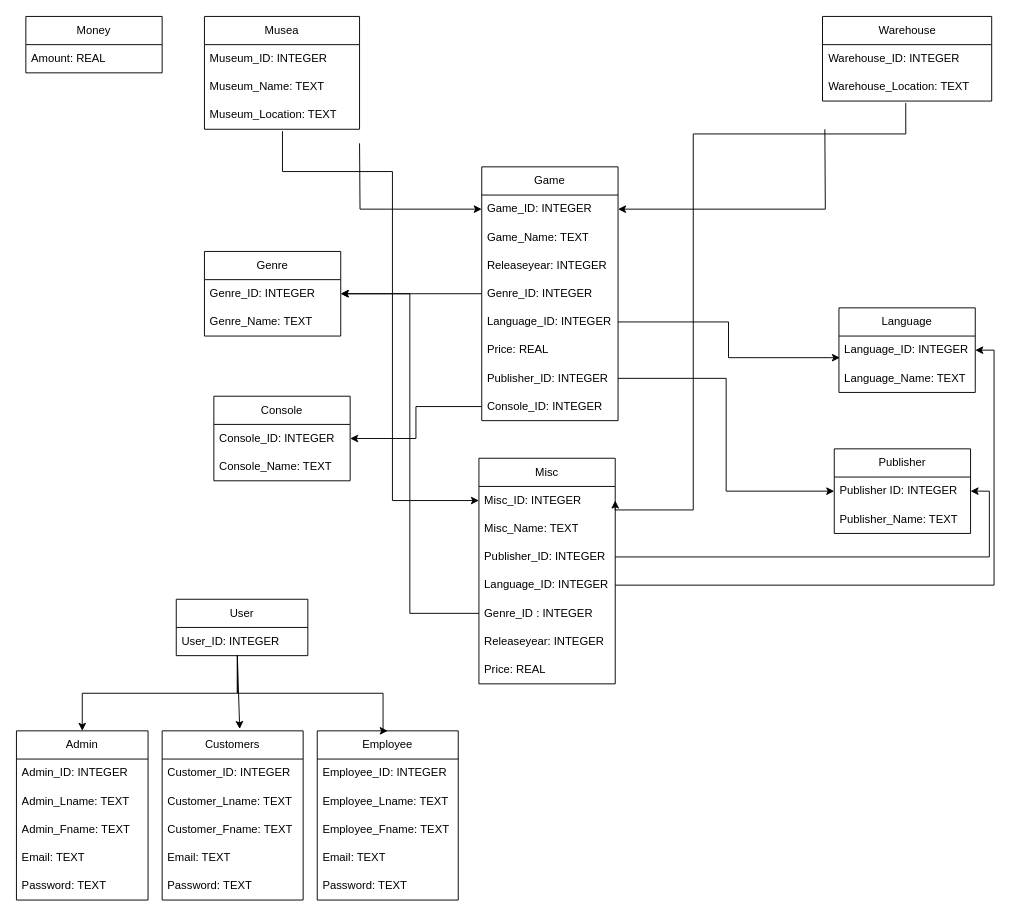
The draw.io diagram DDL.drawio in goblin-3/Project_Databases_GIel_Meyers, before the edit. Source tidied: cells renumbered, new cells numbered last; positions are measured from the earlier drawing's top-left corner, leaving out a move shared by most shapes. Both pictures are drawn from the tidied source at 94%, with x=0, y=0 at pixel (16, 16).
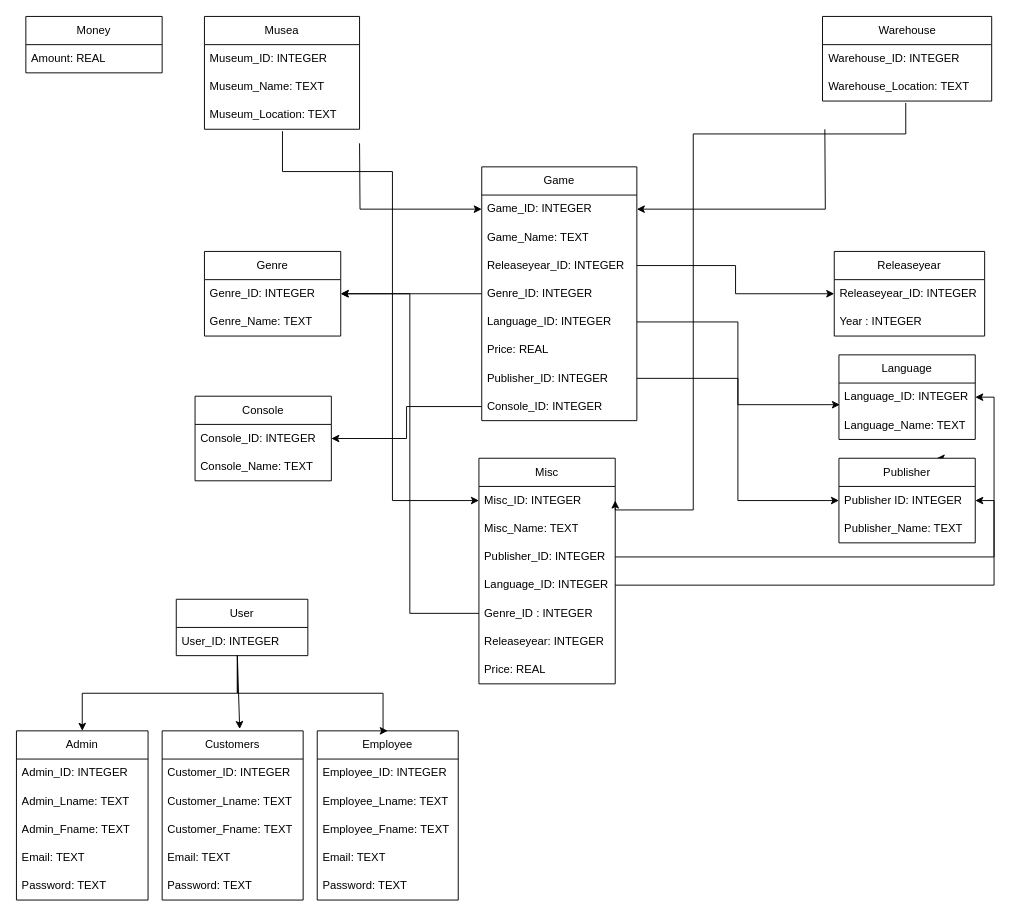
Above is the later version.

The edit, as a diff of the source:
```diff
@@
     <mxCell id="2" value="Game" style="swimlane;fontStyle=0;horizontal=1;startSize=30;whiteSpace=wrap;html=1;" parent="1" vertex="1">
-      <mxGeometry x="495" y="160" width="145" height="270" as="geometry" />
+      <mxGeometry x="495" y="160" width="165" height="270" as="geometry" />
     </mxCell>
     <mxCell id="3" value="Game_ID: INTEGER" style="text;strokeColor=none;fillColor=none;align=left;verticalAlign=middle;spacingLeft=4;spacingRight=4;overflow=hidden;points=[[0,0.5],[1,0.5]];portConstraint=eastwest;whiteSpace=wrap;html=1;" parent="2" vertex="1">
-      <mxGeometry y="30" width="145" height="30" as="geometry" />
+      <mxGeometry y="30" width="165" height="30" as="geometry" />
     </mxCell>
     <mxCell id="4" value="Game_Name: TEXT" style="text;strokeColor=none;fillColor=none;align=left;verticalAlign=middle;spacingLeft=4;spacingRight=4;overflow=hidden;whiteSpace=wrap;html=1;" parent="2" vertex="1">
-      <mxGeometry y="60" width="145" height="30" as="geometry" />
+      <mxGeometry y="60" width="165" height="30" as="geometry" />
     </mxCell>
-    <mxCell id="5" value="Releaseyear: INTEGER" style="text;strokeColor=none;fillColor=none;align=left;verticalAlign=middle;spacingLeft=4;spacingRight=4;overflow=hidden;points=[[0,0.5],[1,0.5]];portConstraint=eastwest;whiteSpace=wrap;html=1;" parent="2" vertex="1">
-      <mxGeometry y="90" width="145" height="30" as="geometry" />
+    <mxCell id="5" value="Releaseyear_ID: INTEGER" style="text;strokeColor=none;fillColor=none;align=left;verticalAlign=middle;spacingLeft=4;spacingRight=4;overflow=hidden;points=[[0,0.5],[1,0.5]];portConstraint=eastwest;whiteSpace=wrap;html=1;" parent="2" vertex="1">
+      <mxGeometry y="90" width="165" height="30" as="geometry" />
     </mxCell>
     <mxCell id="6" value="Genre_ID: INTEGER" style="text;strokeColor=none;fillColor=none;align=left;verticalAlign=middle;spacingLeft=4;spacingRight=4;overflow=hidden;points=[[0,0.5],[1,0.5]];portConstraint=eastwest;whiteSpace=wrap;html=1;" parent="2" vertex="1">
-      <mxGeometry y="120" width="145" height="30" as="geometry" />
+      <mxGeometry y="120" width="165" height="30" as="geometry" />
     </mxCell>
     <mxCell id="7" value="Language_ID: INTEGER" style="text;strokeColor=none;fillColor=none;align=left;verticalAlign=middle;spacingLeft=4;spacingRight=4;overflow=hidden;points=[[0,0.5],[1,0.5]];portConstraint=eastwest;whiteSpace=wrap;html=1;" parent="2" vertex="1">
-      <mxGeometry y="150" width="145" height="30" as="geometry" />
+      <mxGeometry y="150" width="165" height="30" as="geometry" />
     </mxCell>
     <mxCell id="8" value="Price: REAL" style="text;strokeColor=none;fillColor=none;align=left;verticalAlign=middle;spacingLeft=4;spacingRight=4;overflow=hidden;whiteSpace=wrap;html=1;" parent="2" vertex="1">
-      <mxGeometry y="180" width="145" height="30" as="geometry" />
+      <mxGeometry y="180" width="165" height="30" as="geometry" />
     </mxCell>
     <mxCell id="9" value="Publisher_ID: INTEGER" style="text;strokeColor=none;fillColor=none;align=left;verticalAlign=middle;spacingLeft=4;spacingRight=4;overflow=hidden;points=[[0,0.5],[1,0.5]];portConstraint=eastwest;whiteSpace=wrap;html=1;" parent="2" vertex="1">
-      <mxGeometry y="210" width="145" height="30" as="geometry" />
+      <mxGeometry y="210" width="165" height="30" as="geometry" />
     </mxCell>
     <mxCell id="10" value="Console_ID: INTEGER" style="text;strokeColor=none;fillColor=none;align=left;verticalAlign=middle;spacingLeft=4;spacingRight=4;overflow=hidden;points=[[0,0.5],[1,0.5]];portConstraint=eastwest;whiteSpace=wrap;html=1;" parent="2" vertex="1">
-      <mxGeometry y="240" width="145" height="30" as="geometry" />
+      <mxGeometry y="240" width="165" height="30" as="geometry" />
     </mxCell>
     <mxCell id="11" value="Language" style="swimlane;fontStyle=0;horizontal=1;startSize=30;whiteSpace=wrap;html=1;" parent="1" vertex="1">
-      <mxGeometry x="875" y="310" width="145" height="90" as="geometry" />
+      <mxGeometry x="875" y="360" width="145" height="90" as="geometry" />
     </mxCell>
@@
     <mxCell id="15" value="Publisher" style="swimlane;fontStyle=0;horizontal=1;startSize=30;whiteSpace=wrap;html=1;" parent="1" vertex="1">
-      <mxGeometry x="870" y="460" width="145" height="90" as="geometry" />
+      <mxGeometry x="875" y="470" width="145" height="90" as="geometry" />
     </mxCell>
@@
     <mxCell id="59" value="Console" style="swimlane;fontStyle=0;horizontal=1;startSize=30;whiteSpace=wrap;html=1;" parent="1" vertex="1">
-      <mxGeometry x="210" y="404" width="145" height="90" as="geometry" />
+      <mxGeometry x="190" y="404" width="145" height="90" as="geometry" />
     </mxCell>
@@
+    <mxCell id="75" value="Releaseyear" style="swimlane;fontStyle=0;horizontal=1;startSize=30;whiteSpace=wrap;html=1;" parent="1" vertex="1">
+      <mxGeometry x="870" y="250" width="160" height="90" as="geometry" />
+    </mxCell>
+    <mxCell id="76" value="Releaseyear_ID: INTEGER" style="text;strokeColor=none;fillColor=none;align=left;verticalAlign=middle;spacingLeft=4;spacingRight=4;overflow=hidden;points=[[0,0.5],[1,0.5]];portConstraint=eastwest;whiteSpace=wrap;html=1;" parent="75" vertex="1">
+      <mxGeometry y="30" width="160" height="30" as="geometry" />
+    </mxCell>
+    <mxCell id="77" value="Year : INTEGER" style="text;strokeColor=none;fillColor=none;align=left;verticalAlign=middle;spacingLeft=4;spacingRight=4;overflow=hidden;whiteSpace=wrap;html=1;" parent="75" vertex="1">
+      <mxGeometry y="60" width="160" height="30" as="geometry" />
+    </mxCell>
+    <mxCell id="78" style="edgeStyle=orthogonalEdgeStyle;rounded=0;jettySize=auto;html=1;exitX=1;exitY=0.5;exitDx=0;exitDy=0;entryX=0;entryY=0.5;entryDx=0;entryDy=0;" parent="1" edge="1" source="5" target="76">
+      <mxGeometry relative="1" as="geometry" />
+    </mxCell>
```
